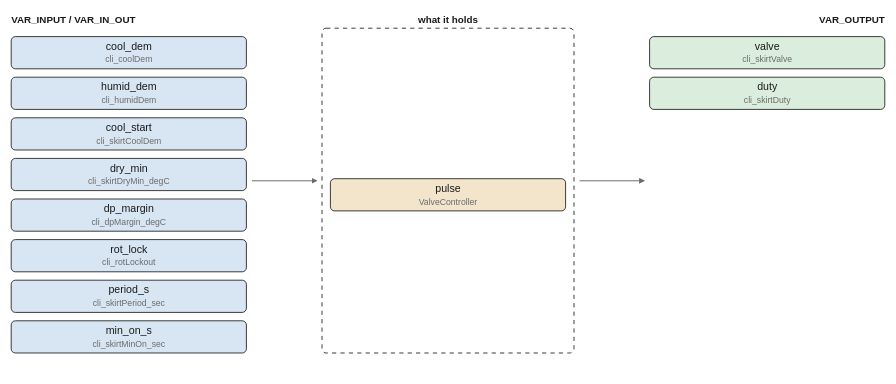
Above: images/logic/skirt.drawio.svg in pstch/botanik2 (draw.io), before the change. Source tidied: cells renumbered, new cells last; positions are measured from the earlier drawing's top-left corner, leaving out a move shared by most shapes. Its diagram source:
```xml
<mxGraphModel>
  <root>
    <mxCell id="0" />
    <mxCell id="1" parent="0" />
    <mxCell id="2" value="VAR_INPUT / VAR_IN_OUT" style="text;html=1;fontSize=7;fontColor=#1a1a1a;align=left;fontStyle=1;" parent="1" vertex="1">
      <mxGeometry width="110" height="11" as="geometry" />
    </mxCell>
    <mxCell id="3" value="what it holds" style="text;html=1;fontSize=7;fontColor=#1a1a1a;align=center;fontStyle=1;" parent="1" vertex="1">
      <mxGeometry x="312" width="65" height="11" as="geometry" />
    </mxCell>
    <mxCell id="4" value="VAR_OUTPUT" style="text;html=1;fontSize=7;fontColor=#1a1a1a;align=left;fontStyle=1;" parent="1" vertex="1">
      <mxGeometry x="624" width="50" height="11" as="geometry" />
    </mxCell>
    <mxCell id="5" value="cool_dem" style="rounded=1;fillColor=#d8e6f3;strokeColor=#1a1a1a;whiteSpace=wrap;html=1;fontSize=8;" parent="1" vertex="1">
      <mxGeometry y="17" width="168" height="23" as="geometry" />
    </mxCell>
    <mxCell id="6" value="humid_dem" style="rounded=1;fillColor=#d8e6f3;strokeColor=#1a1a1a;whiteSpace=wrap;html=1;fontSize=8;" parent="1" vertex="1">
      <mxGeometry y="46" width="168" height="23" as="geometry" />
    </mxCell>
    <mxCell id="7" value="cool_start" style="rounded=1;fillColor=#d8e6f3;strokeColor=#1a1a1a;whiteSpace=wrap;html=1;fontSize=8;" parent="1" vertex="1">
      <mxGeometry y="75" width="168" height="23" as="geometry" />
    </mxCell>
    <mxCell id="8" value="dry_min" style="rounded=1;fillColor=#d8e6f3;strokeColor=#1a1a1a;whiteSpace=wrap;html=1;fontSize=8;" parent="1" vertex="1">
      <mxGeometry y="104" width="168" height="23" as="geometry" />
    </mxCell>
    <mxCell id="9" value="dp_margin" style="rounded=1;fillColor=#d8e6f3;strokeColor=#1a1a1a;whiteSpace=wrap;html=1;fontSize=8;" parent="1" vertex="1">
      <mxGeometry y="133" width="168" height="23" as="geometry" />
    </mxCell>
    <mxCell id="10" value="rot_lock" style="rounded=1;fillColor=#d8e6f3;strokeColor=#1a1a1a;whiteSpace=wrap;html=1;fontSize=8;" parent="1" vertex="1">
      <mxGeometry y="162" width="168" height="23" as="geometry" />
    </mxCell>
    <mxCell id="11" value="period_s" style="rounded=1;fillColor=#d8e6f3;strokeColor=#1a1a1a;whiteSpace=wrap;html=1;fontSize=8;" parent="1" vertex="1">
      <mxGeometry y="191" width="168" height="23" as="geometry" />
    </mxCell>
    <mxCell id="12" value="min_on_s" style="rounded=1;fillColor=#d8e6f3;strokeColor=#1a1a1a;whiteSpace=wrap;html=1;fontSize=8;" parent="1" vertex="1">
      <mxGeometry y="220" width="168" height="23" as="geometry" />
    </mxCell>
    <mxCell id="13" value="valve" style="rounded=1;fillColor=#dbeedd;strokeColor=#1a1a1a;whiteSpace=wrap;html=1;fontSize=8;" parent="1" vertex="1">
      <mxGeometry x="456" y="17" width="168" height="23" as="geometry" />
    </mxCell>
    <mxCell id="14" value="duty" style="rounded=1;fillColor=#dbeedd;strokeColor=#1a1a1a;whiteSpace=wrap;html=1;fontSize=8;" parent="1" vertex="1">
      <mxGeometry x="456" y="46" width="168" height="23" as="geometry" />
    </mxCell>
    <mxCell id="15" style="rounded=1;fillColor=#ffffff;strokeColor=#1a1a1a;whiteSpace=wrap;html=1;fontSize=8;dashed=1;" parent="1" vertex="1">
      <mxGeometry x="222" y="11" width="180" height="232" as="geometry" />
    </mxCell>
    <mxCell id="16" value="pulse" style="rounded=1;fillColor=#f2e5cc;strokeColor=#1a1a1a;whiteSpace=wrap;html=1;fontSize=8;" parent="1" vertex="1">
      <mxGeometry x="228" y="118.5" width="168" height="23" as="geometry" />
    </mxCell>
    <mxCell id="17" style="edgeStyle=none;html=1;strokeColor=#6b6b6b;endArrow=block;" parent="1" edge="1">
      <mxGeometry relative="1" as="geometry">
        <mxPoint x="172" y="120" as="sourcePoint" />
        <mxPoint x="218" y="120" as="targetPoint" />
      </mxGeometry>
    </mxCell>
    <mxCell id="18" style="edgeStyle=none;html=1;strokeColor=#6b6b6b;endArrow=block;" parent="1" edge="1">
      <mxGeometry relative="1" as="geometry">
        <mxPoint x="406" y="120" as="sourcePoint" />
        <mxPoint x="452" y="120" as="targetPoint" />
      </mxGeometry>
    </mxCell>
  </root>
</mxGraphModel>
```
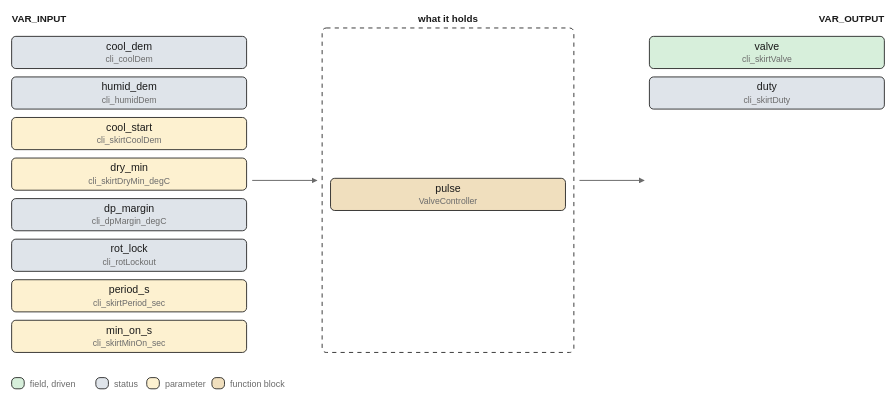
The same diagram one commit later.

What changed in the source:
```diff
@@ -2,8 +2,8 @@
   <root>
     <mxCell id="0" />
     <mxCell id="1" parent="0" />
-    <mxCell id="2" value="VAR_INPUT / VAR_IN_OUT" style="text;html=1;fontSize=7;fontColor=#1a1a1a;align=left;fontStyle=1;" parent="1" vertex="1">
-      <mxGeometry width="110" height="11" as="geometry" />
+    <mxCell id="2" value="VAR_INPUT" style="text;html=1;fontSize=7;fontColor=#1a1a1a;align=left;fontStyle=1;" parent="1" vertex="1">
+      <mxGeometry width="45" height="11" as="geometry" />
     </mxCell>
     <mxCell id="3" value="what it holds" style="text;html=1;fontSize=7;fontColor=#1a1a1a;align=center;fontStyle=1;" parent="1" vertex="1">
       <mxGeometry x="312" width="65" height="11" as="geometry" />
@@ -11,40 +11,40 @@
     <mxCell id="4" value="VAR_OUTPUT" style="text;html=1;fontSize=7;fontColor=#1a1a1a;align=left;fontStyle=1;" parent="1" vertex="1">
       <mxGeometry x="624" width="50" height="11" as="geometry" />
     </mxCell>
-    <mxCell id="5" value="cool_dem" style="rounded=1;fillColor=#d8e6f3;strokeColor=#1a1a1a;whiteSpace=wrap;html=1;fontSize=8;" parent="1" vertex="1">
+    <mxCell id="5" value="cool_dem" style="rounded=1;fillColor=#dfe4ea;strokeColor=#1a1a1a;whiteSpace=wrap;html=1;fontSize=8;" parent="1" vertex="1">
       <mxGeometry y="17" width="168" height="23" as="geometry" />
     </mxCell>
-    <mxCell id="6" value="humid_dem" style="rounded=1;fillColor=#d8e6f3;strokeColor=#1a1a1a;whiteSpace=wrap;html=1;fontSize=8;" parent="1" vertex="1">
+    <mxCell id="6" value="humid_dem" style="rounded=1;fillColor=#dfe4ea;strokeColor=#1a1a1a;whiteSpace=wrap;html=1;fontSize=8;" parent="1" vertex="1">
       <mxGeometry y="46" width="168" height="23" as="geometry" />
     </mxCell>
-    <mxCell id="7" value="cool_start" style="rounded=1;fillColor=#d8e6f3;strokeColor=#1a1a1a;whiteSpace=wrap;html=1;fontSize=8;" parent="1" vertex="1">
+    <mxCell id="7" value="cool_start" style="rounded=1;fillColor=#fdf1d0;strokeColor=#1a1a1a;whiteSpace=wrap;html=1;fontSize=8;" parent="1" vertex="1">
       <mxGeometry y="75" width="168" height="23" as="geometry" />
     </mxCell>
-    <mxCell id="8" value="dry_min" style="rounded=1;fillColor=#d8e6f3;strokeColor=#1a1a1a;whiteSpace=wrap;html=1;fontSize=8;" parent="1" vertex="1">
+    <mxCell id="8" value="dry_min" style="rounded=1;fillColor=#fdf1d0;strokeColor=#1a1a1a;whiteSpace=wrap;html=1;fontSize=8;" parent="1" vertex="1">
       <mxGeometry y="104" width="168" height="23" as="geometry" />
     </mxCell>
-    <mxCell id="9" value="dp_margin" style="rounded=1;fillColor=#d8e6f3;strokeColor=#1a1a1a;whiteSpace=wrap;html=1;fontSize=8;" parent="1" vertex="1">
+    <mxCell id="9" value="dp_margin" style="rounded=1;fillColor=#dfe4ea;strokeColor=#1a1a1a;whiteSpace=wrap;html=1;fontSize=8;" parent="1" vertex="1">
       <mxGeometry y="133" width="168" height="23" as="geometry" />
     </mxCell>
-    <mxCell id="10" value="rot_lock" style="rounded=1;fillColor=#d8e6f3;strokeColor=#1a1a1a;whiteSpace=wrap;html=1;fontSize=8;" parent="1" vertex="1">
+    <mxCell id="10" value="rot_lock" style="rounded=1;fillColor=#dfe4ea;strokeColor=#1a1a1a;whiteSpace=wrap;html=1;fontSize=8;" parent="1" vertex="1">
       <mxGeometry y="162" width="168" height="23" as="geometry" />
     </mxCell>
-    <mxCell id="11" value="period_s" style="rounded=1;fillColor=#d8e6f3;strokeColor=#1a1a1a;whiteSpace=wrap;html=1;fontSize=8;" parent="1" vertex="1">
+    <mxCell id="11" value="period_s" style="rounded=1;fillColor=#fdf1d0;strokeColor=#1a1a1a;whiteSpace=wrap;html=1;fontSize=8;" parent="1" vertex="1">
       <mxGeometry y="191" width="168" height="23" as="geometry" />
     </mxCell>
-    <mxCell id="12" value="min_on_s" style="rounded=1;fillColor=#d8e6f3;strokeColor=#1a1a1a;whiteSpace=wrap;html=1;fontSize=8;" parent="1" vertex="1">
+    <mxCell id="12" value="min_on_s" style="rounded=1;fillColor=#fdf1d0;strokeColor=#1a1a1a;whiteSpace=wrap;html=1;fontSize=8;" parent="1" vertex="1">
       <mxGeometry y="220" width="168" height="23" as="geometry" />
     </mxCell>
-    <mxCell id="13" value="valve" style="rounded=1;fillColor=#dbeedd;strokeColor=#1a1a1a;whiteSpace=wrap;html=1;fontSize=8;" parent="1" vertex="1">
+    <mxCell id="13" value="valve" style="rounded=1;fillColor=#d7efdb;strokeColor=#1a1a1a;whiteSpace=wrap;html=1;fontSize=8;" parent="1" vertex="1">
       <mxGeometry x="456" y="17" width="168" height="23" as="geometry" />
     </mxCell>
-    <mxCell id="14" value="duty" style="rounded=1;fillColor=#dbeedd;strokeColor=#1a1a1a;whiteSpace=wrap;html=1;fontSize=8;" parent="1" vertex="1">
+    <mxCell id="14" value="duty" style="rounded=1;fillColor=#dfe4ea;strokeColor=#1a1a1a;whiteSpace=wrap;html=1;fontSize=8;" parent="1" vertex="1">
       <mxGeometry x="456" y="46" width="168" height="23" as="geometry" />
     </mxCell>
     <mxCell id="15" style="rounded=1;fillColor=#ffffff;strokeColor=#1a1a1a;whiteSpace=wrap;html=1;fontSize=8;dashed=1;" parent="1" vertex="1">
       <mxGeometry x="222" y="11" width="180" height="232" as="geometry" />
     </mxCell>
-    <mxCell id="16" value="pulse" style="rounded=1;fillColor=#f2e5cc;strokeColor=#1a1a1a;whiteSpace=wrap;html=1;fontSize=8;" parent="1" vertex="1">
+    <mxCell id="16" value="pulse" style="rounded=1;fillColor=#f0dfbe;strokeColor=#1a1a1a;whiteSpace=wrap;html=1;fontSize=8;" parent="1" vertex="1">
       <mxGeometry x="228" y="118.5" width="168" height="23" as="geometry" />
     </mxCell>
     <mxCell id="17" style="edgeStyle=none;html=1;strokeColor=#6b6b6b;endArrow=block;" parent="1" edge="1">
@@ -59,5 +59,29 @@
         <mxPoint x="452" y="120" as="targetPoint" />
       </mxGeometry>
     </mxCell>
+    <mxCell id="19" style="rounded=1;fillColor=#d7efdb;strokeColor=#1a1a1a;whiteSpace=wrap;html=1;fontSize=8;" parent="1" vertex="1">
+      <mxGeometry y="261" width="9" height="8" as="geometry" />
+    </mxCell>
+    <mxCell id="20" value="field, driven" style="text;html=1;fontSize=6;fontColor=#6b6b6b;align=left;" parent="1" vertex="1">
+      <mxGeometry x="13" y="261.6" width="65" height="10.4" as="geometry" />
+    </mxCell>
+    <mxCell id="21" style="rounded=1;fillColor=#dfe4ea;strokeColor=#1a1a1a;whiteSpace=wrap;html=1;fontSize=8;" parent="1" vertex="1">
+      <mxGeometry x="60.2" y="261" width="9" height="8" as="geometry" />
+    </mxCell>
+    <mxCell id="22" value="status" style="text;html=1;fontSize=6;fontColor=#6b6b6b;align=left;" parent="1" vertex="1">
+      <mxGeometry x="73.2" y="261.6" width="40" height="10.4" as="geometry" />
+    </mxCell>
+    <mxCell id="23" style="rounded=1;fillColor=#fdf1d0;strokeColor=#1a1a1a;whiteSpace=wrap;html=1;fontSize=8;" parent="1" vertex="1">
+      <mxGeometry x="96.6" y="261" width="9" height="8" as="geometry" />
+    </mxCell>
+    <mxCell id="24" value="parameter" style="text;html=1;fontSize=6;fontColor=#6b6b6b;align=left;" parent="1" vertex="1">
+      <mxGeometry x="109.6" y="261.6" width="45" height="10.4" as="geometry" />
+    </mxCell>
+    <mxCell id="25" style="rounded=1;fillColor=#f0dfbe;strokeColor=#1a1a1a;whiteSpace=wrap;html=1;fontSize=8;" parent="1" vertex="1">
+      <mxGeometry x="143.2" y="261" width="9" height="8" as="geometry" />
+    </mxCell>
+    <mxCell id="26" value="function block" style="text;html=1;fontSize=6;fontColor=#6b6b6b;align=left;" parent="1" vertex="1">
+      <mxGeometry x="156.2" y="261.6" width="70" height="10.4" as="geometry" />
+    </mxCell>
   </root>
 </mxGraphModel>
```
